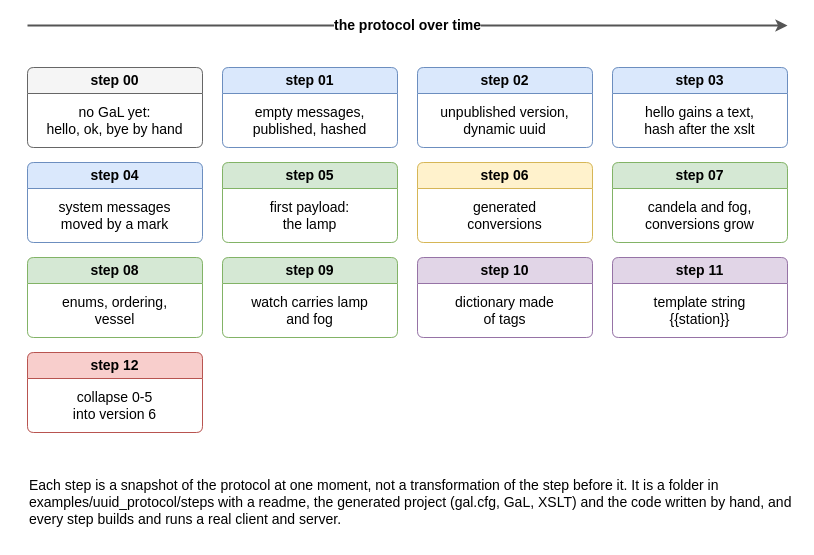
goloveshin/galimatron_doc keeps this draw.io diagram as drawio/22_uuid_steps.drawio. Above is the earlier version. Source tidied: cells renumbered, new cells numbered last; positions are measured from the earlier drawing's top-left corner, leaving out a move shared by most shapes. Both pictures are drawn from the tidied source at 100%, with x=0, y=0 at pixel (27, 25).
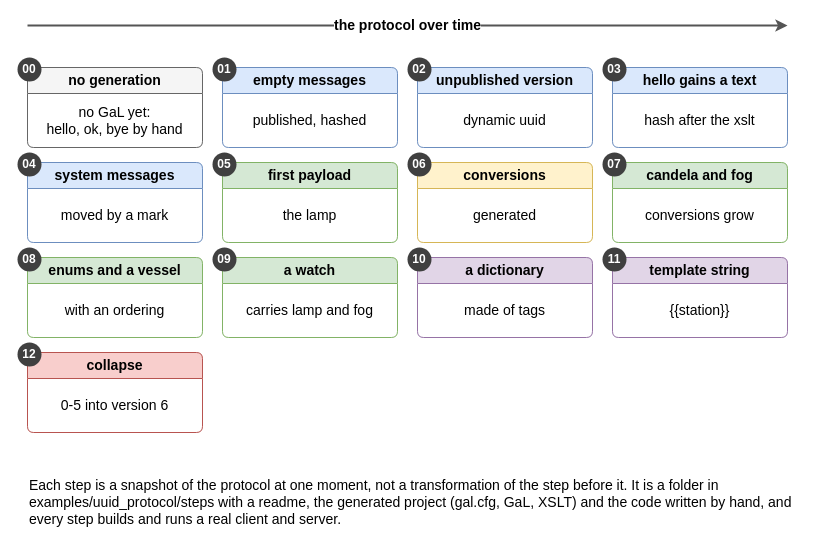
The same diagram, later.

The edit, as a diff of the source:
```diff
@@
-    <mxCell id="3" value="step 00" style="swimlane;whiteSpace=wrap;html=1;rounded=1;arcSize=8;startSize=26;fillColor=#f5f5f5;strokeColor=#666666;swimlaneFillColor=#ffffff;fontStyle=1;fontSize=14;align=center;" parent="1" vertex="1">
+    <mxCell id="3" value="no generation" style="swimlane;whiteSpace=wrap;html=1;rounded=1;arcSize=8;startSize=26;fillColor=#f5f5f5;strokeColor=#666666;swimlaneFillColor=#ffffff;fontStyle=1;fontSize=14;align=center;" parent="1" vertex="1">
       <mxGeometry y="42" width="175" height="80" as="geometry" />
     </mxCell>
@@
-    <mxCell id="5" value="step 01" style="swimlane;whiteSpace=wrap;html=1;rounded=1;arcSize=8;startSize=26;fillColor=#dae8fc;strokeColor=#6c8ebf;swimlaneFillColor=#ffffff;fontStyle=1;fontSize=14;align=center;" parent="1" vertex="1">
+    <mxCell id="5" value="empty messages" style="swimlane;whiteSpace=wrap;html=1;rounded=1;arcSize=8;startSize=26;fillColor=#dae8fc;strokeColor=#6c8ebf;swimlaneFillColor=#ffffff;fontStyle=1;fontSize=14;align=center;" parent="1" vertex="1">
       <mxGeometry x="195" y="42" width="175" height="80" as="geometry" />
     </mxCell>
-    <mxCell id="6" value="empty messages,&lt;br&gt;published, hashed" style="text;html=1;whiteSpace=wrap;verticalAlign=middle;align=center;fontSize=14;" parent="5" vertex="1">
+    <mxCell id="6" value="published, hashed" style="text;html=1;whiteSpace=wrap;verticalAlign=middle;align=center;fontSize=14;" parent="5" vertex="1">
       <mxGeometry y="26" width="175" height="54" as="geometry" />
     </mxCell>
-    <mxCell id="7" value="step 02" style="swimlane;whiteSpace=wrap;html=1;rounded=1;arcSize=8;startSize=26;fillColor=#dae8fc;strokeColor=#6c8ebf;swimlaneFillColor=#ffffff;fontStyle=1;fontSize=14;align=center;" parent="1" vertex="1">
+    <mxCell id="7" value="unpublished version" style="swimlane;whiteSpace=wrap;html=1;rounded=1;arcSize=8;startSize=26;fillColor=#dae8fc;strokeColor=#6c8ebf;swimlaneFillColor=#ffffff;fontStyle=1;fontSize=14;align=center;" parent="1" vertex="1">
       <mxGeometry x="390" y="42" width="175" height="80" as="geometry" />
     </mxCell>
-    <mxCell id="8" value="unpublished version,&lt;br&gt;dynamic uuid" style="text;html=1;whiteSpace=wrap;verticalAlign=middle;align=center;fontSize=14;" parent="7" vertex="1">
+    <mxCell id="8" value="dynamic uuid" style="text;html=1;whiteSpace=wrap;verticalAlign=middle;align=center;fontSize=14;" parent="7" vertex="1">
       <mxGeometry y="26" width="175" height="54" as="geometry" />
     </mxCell>
-    <mxCell id="9" value="step 03" style="swimlane;whiteSpace=wrap;html=1;rounded=1;arcSize=8;startSize=26;fillColor=#dae8fc;strokeColor=#6c8ebf;swimlaneFillColor=#ffffff;fontStyle=1;fontSize=14;align=center;" parent="1" vertex="1">
+    <mxCell id="9" value="hello gains a text" style="swimlane;whiteSpace=wrap;html=1;rounded=1;arcSize=8;startSize=26;fillColor=#dae8fc;strokeColor=#6c8ebf;swimlaneFillColor=#ffffff;fontStyle=1;fontSize=14;align=center;" parent="1" vertex="1">
       <mxGeometry x="585" y="42" width="175" height="80" as="geometry" />
     </mxCell>
-    <mxCell id="10" value="hello gains a text,&lt;br&gt;hash after the xslt" style="text;html=1;whiteSpace=wrap;verticalAlign=middle;align=center;fontSize=14;" parent="9" vertex="1">
+    <mxCell id="10" value="hash after the xslt" style="text;html=1;whiteSpace=wrap;verticalAlign=middle;align=center;fontSize=14;" parent="9" vertex="1">
       <mxGeometry y="26" width="175" height="54" as="geometry" />
     </mxCell>
-    <mxCell id="11" value="step 04" style="swimlane;whiteSpace=wrap;html=1;rounded=1;arcSize=8;startSize=26;fillColor=#dae8fc;strokeColor=#6c8ebf;swimlaneFillColor=#ffffff;fontStyle=1;fontSize=14;align=center;" parent="1" vertex="1">
+    <mxCell id="11" value="system messages" style="swimlane;whiteSpace=wrap;html=1;rounded=1;arcSize=8;startSize=26;fillColor=#dae8fc;strokeColor=#6c8ebf;swimlaneFillColor=#ffffff;fontStyle=1;fontSize=14;align=center;" parent="1" vertex="1">
       <mxGeometry y="137" width="175" height="80" as="geometry" />
     </mxCell>
-    <mxCell id="12" value="system messages&lt;br&gt;moved by a mark" style="text;html=1;whiteSpace=wrap;verticalAlign=middle;align=center;fontSize=14;" parent="11" vertex="1">
+    <mxCell id="12" value="moved by a mark" style="text;html=1;whiteSpace=wrap;verticalAlign=middle;align=center;fontSize=14;" parent="11" vertex="1">
       <mxGeometry y="26" width="175" height="54" as="geometry" />
     </mxCell>
-    <mxCell id="13" value="step 05" style="swimlane;whiteSpace=wrap;html=1;rounded=1;arcSize=8;startSize=26;fillColor=#d5e8d4;strokeColor=#82b366;swimlaneFillColor=#ffffff;fontStyle=1;fontSize=14;align=center;" parent="1" vertex="1">
+    <mxCell id="13" value="first payload" style="swimlane;whiteSpace=wrap;html=1;rounded=1;arcSize=8;startSize=26;fillColor=#d5e8d4;strokeColor=#82b366;swimlaneFillColor=#ffffff;fontStyle=1;fontSize=14;align=center;" parent="1" vertex="1">
       <mxGeometry x="195" y="137" width="175" height="80" as="geometry" />
     </mxCell>
-    <mxCell id="14" value="first payload:&lt;br&gt;the lamp" style="text;html=1;whiteSpace=wrap;verticalAlign=middle;align=center;fontSize=14;" parent="13" vertex="1">
+    <mxCell id="14" value="the lamp" style="text;html=1;whiteSpace=wrap;verticalAlign=middle;align=center;fontSize=14;" parent="13" vertex="1">
       <mxGeometry y="26" width="175" height="54" as="geometry" />
     </mxCell>
-    <mxCell id="15" value="step 06" style="swimlane;whiteSpace=wrap;html=1;rounded=1;arcSize=8;startSize=26;fillColor=#fff2cc;strokeColor=#d6b656;swimlaneFillColor=#ffffff;fontStyle=1;fontSize=14;align=center;" parent="1" vertex="1">
+    <mxCell id="15" value="conversions" style="swimlane;whiteSpace=wrap;html=1;rounded=1;arcSize=8;startSize=26;fillColor=#fff2cc;strokeColor=#d6b656;swimlaneFillColor=#ffffff;fontStyle=1;fontSize=14;align=center;" parent="1" vertex="1">
       <mxGeometry x="390" y="137" width="175" height="80" as="geometry" />
     </mxCell>
-    <mxCell id="16" value="generated&lt;br&gt;conversions" style="text;html=1;whiteSpace=wrap;verticalAlign=middle;align=center;fontSize=14;" parent="15" vertex="1">
+    <mxCell id="16" value="generated" style="text;html=1;whiteSpace=wrap;verticalAlign=middle;align=center;fontSize=14;" parent="15" vertex="1">
       <mxGeometry y="26" width="175" height="54" as="geometry" />
     </mxCell>
-    <mxCell id="17" value="step 07" style="swimlane;whiteSpace=wrap;html=1;rounded=1;arcSize=8;startSize=26;fillColor=#d5e8d4;strokeColor=#82b366;swimlaneFillColor=#ffffff;fontStyle=1;fontSize=14;align=center;" parent="1" vertex="1">
+    <mxCell id="17" value="candela and fog" style="swimlane;whiteSpace=wrap;html=1;rounded=1;arcSize=8;startSize=26;fillColor=#d5e8d4;strokeColor=#82b366;swimlaneFillColor=#ffffff;fontStyle=1;fontSize=14;align=center;" parent="1" vertex="1">
       <mxGeometry x="585" y="137" width="175" height="80" as="geometry" />
     </mxCell>
-    <mxCell id="18" value="candela and fog,&lt;br&gt;conversions grow" style="text;html=1;whiteSpace=wrap;verticalAlign=middle;align=center;fontSize=14;" parent="17" vertex="1">
+    <mxCell id="18" value="conversions grow" style="text;html=1;whiteSpace=wrap;verticalAlign=middle;align=center;fontSize=14;" parent="17" vertex="1">
       <mxGeometry y="26" width="175" height="54" as="geometry" />
     </mxCell>
-    <mxCell id="19" value="step 08" style="swimlane;whiteSpace=wrap;html=1;rounded=1;arcSize=8;startSize=26;fillColor=#d5e8d4;strokeColor=#82b366;swimlaneFillColor=#ffffff;fontStyle=1;fontSize=14;align=center;" parent="1" vertex="1">
+    <mxCell id="19" value="enums and a vessel" style="swimlane;whiteSpace=wrap;html=1;rounded=1;arcSize=8;startSize=26;fillColor=#d5e8d4;strokeColor=#82b366;swimlaneFillColor=#ffffff;fontStyle=1;fontSize=14;align=center;" parent="1" vertex="1">
       <mxGeometry y="232" width="175" height="80" as="geometry" />
     </mxCell>
-    <mxCell id="20" value="enums, ordering,&lt;br&gt;vessel" style="text;html=1;whiteSpace=wrap;verticalAlign=middle;align=center;fontSize=14;" parent="19" vertex="1">
+    <mxCell id="20" value="with an ordering" style="text;html=1;whiteSpace=wrap;verticalAlign=middle;align=center;fontSize=14;" parent="19" vertex="1">
       <mxGeometry y="26" width="175" height="54" as="geometry" />
     </mxCell>
-    <mxCell id="21" value="step 09" style="swimlane;whiteSpace=wrap;html=1;rounded=1;arcSize=8;startSize=26;fillColor=#d5e8d4;strokeColor=#82b366;swimlaneFillColor=#ffffff;fontStyle=1;fontSize=14;align=center;" parent="1" vertex="1">
+    <mxCell id="21" value="a watch" style="swimlane;whiteSpace=wrap;html=1;rounded=1;arcSize=8;startSize=26;fillColor=#d5e8d4;strokeColor=#82b366;swimlaneFillColor=#ffffff;fontStyle=1;fontSize=14;align=center;" parent="1" vertex="1">
       <mxGeometry x="195" y="232" width="175" height="80" as="geometry" />
     </mxCell>
-    <mxCell id="22" value="watch carries lamp&lt;br&gt;and fog" style="text;html=1;whiteSpace=wrap;verticalAlign=middle;align=center;fontSize=14;" parent="21" vertex="1">
+    <mxCell id="22" value="carries lamp and fog" style="text;html=1;whiteSpace=wrap;verticalAlign=middle;align=center;fontSize=14;" parent="21" vertex="1">
       <mxGeometry y="26" width="175" height="54" as="geometry" />
     </mxCell>
-    <mxCell id="23" value="step 10" style="swimlane;whiteSpace=wrap;html=1;rounded=1;arcSize=8;startSize=26;fillColor=#e1d5e7;strokeColor=#9673a6;swimlaneFillColor=#ffffff;fontStyle=1;fontSize=14;align=center;" parent="1" vertex="1">
+    <mxCell id="23" value="a dictionary" style="swimlane;whiteSpace=wrap;html=1;rounded=1;arcSize=8;startSize=26;fillColor=#e1d5e7;strokeColor=#9673a6;swimlaneFillColor=#ffffff;fontStyle=1;fontSize=14;align=center;" parent="1" vertex="1">
       <mxGeometry x="390" y="232" width="175" height="80" as="geometry" />
     </mxCell>
-    <mxCell id="24" value="dictionary made&lt;br&gt;of tags" style="text;html=1;whiteSpace=wrap;verticalAlign=middle;align=center;fontSize=14;" parent="23" vertex="1">
+    <mxCell id="24" value="made of tags" style="text;html=1;whiteSpace=wrap;verticalAlign=middle;align=center;fontSize=14;" parent="23" vertex="1">
       <mxGeometry y="26" width="175" height="54" as="geometry" />
     </mxCell>
-    <mxCell id="25" value="step 11" style="swimlane;whiteSpace=wrap;html=1;rounded=1;arcSize=8;startSize=26;fillColor=#e1d5e7;strokeColor=#9673a6;swimlaneFillColor=#ffffff;fontStyle=1;fontSize=14;align=center;" parent="1" vertex="1">
+    <mxCell id="25" value="template string" style="swimlane;whiteSpace=wrap;html=1;rounded=1;arcSize=8;startSize=26;fillColor=#e1d5e7;strokeColor=#9673a6;swimlaneFillColor=#ffffff;fontStyle=1;fontSize=14;align=center;" parent="1" vertex="1">
       <mxGeometry x="585" y="232" width="175" height="80" as="geometry" />
     </mxCell>
-    <mxCell id="26" value="template string&lt;br&gt;{{station}}" style="text;html=1;whiteSpace=wrap;verticalAlign=middle;align=center;fontSize=14;" parent="25" vertex="1">
+    <mxCell id="26" value="{{station}}" style="text;html=1;whiteSpace=wrap;verticalAlign=middle;align=center;fontSize=14;" parent="25" vertex="1">
       <mxGeometry y="26" width="175" height="54" as="geometry" />
     </mxCell>
-    <mxCell id="27" value="step 12" style="swimlane;whiteSpace=wrap;html=1;rounded=1;arcSize=8;startSize=26;fillColor=#f8cecc;strokeColor=#b85450;swimlaneFillColor=#ffffff;fontStyle=1;fontSize=14;align=center;" parent="1" vertex="1">
+    <mxCell id="27" value="collapse" style="swimlane;whiteSpace=wrap;html=1;rounded=1;arcSize=8;startSize=26;fillColor=#f8cecc;strokeColor=#b85450;swimlaneFillColor=#ffffff;fontStyle=1;fontSize=14;align=center;" parent="1" vertex="1">
       <mxGeometry y="327" width="175" height="80" as="geometry" />
     </mxCell>
-    <mxCell id="28" value="collapse 0-5&lt;br&gt;into version 6" style="text;html=1;whiteSpace=wrap;verticalAlign=middle;align=center;fontSize=14;" parent="27" vertex="1">
+    <mxCell id="28" value="0-5 into version 6" style="text;html=1;whiteSpace=wrap;verticalAlign=middle;align=center;fontSize=14;" parent="27" vertex="1">
       <mxGeometry y="26" width="175" height="54" as="geometry" />
     </mxCell>
+    <mxCell id="30" value="00" style="ellipse;whiteSpace=wrap;html=1;fillColor=#404040;strokeColor=none;fontColor=#ffffff;fontStyle=1;fontSize=12;" parent="1" vertex="1">
+      <mxGeometry x="-10" y="32" width="24" height="24" as="geometry" />
+    </mxCell>
+    <mxCell id="31" value="01" style="ellipse;whiteSpace=wrap;html=1;fillColor=#404040;strokeColor=none;fontColor=#ffffff;fontStyle=1;fontSize=12;" parent="1" vertex="1">
+      <mxGeometry x="185" y="32" width="24" height="24" as="geometry" />
+    </mxCell>
+    <mxCell id="32" value="02" style="ellipse;whiteSpace=wrap;html=1;fillColor=#404040;strokeColor=none;fontColor=#ffffff;fontStyle=1;fontSize=12;" parent="1" vertex="1">
+      <mxGeometry x="380" y="32" width="24" height="24" as="geometry" />
+    </mxCell>
+    <mxCell id="33" value="03" style="ellipse;whiteSpace=wrap;html=1;fillColor=#404040;strokeColor=none;fontColor=#ffffff;fontStyle=1;fontSize=12;" parent="1" vertex="1">
+      <mxGeometry x="575" y="32" width="24" height="24" as="geometry" />
+    </mxCell>
+    <mxCell id="34" value="04" style="ellipse;whiteSpace=wrap;html=1;fillColor=#404040;strokeColor=none;fontColor=#ffffff;fontStyle=1;fontSize=12;" parent="1" vertex="1">
+      <mxGeometry x="-10" y="127" width="24" height="24" as="geometry" />
+    </mxCell>
+    <mxCell id="35" value="05" style="ellipse;whiteSpace=wrap;html=1;fillColor=#404040;strokeColor=none;fontColor=#ffffff;fontStyle=1;fontSize=12;" parent="1" vertex="1">
+      <mxGeometry x="185" y="127" width="24" height="24" as="geometry" />
+    </mxCell>
+    <mxCell id="36" value="06" style="ellipse;whiteSpace=wrap;html=1;fillColor=#404040;strokeColor=none;fontColor=#ffffff;fontStyle=1;fontSize=12;" parent="1" vertex="1">
+      <mxGeometry x="380" y="127" width="24" height="24" as="geometry" />
+    </mxCell>
+    <mxCell id="37" value="07" style="ellipse;whiteSpace=wrap;html=1;fillColor=#404040;strokeColor=none;fontColor=#ffffff;fontStyle=1;fontSize=12;" parent="1" vertex="1">
+      <mxGeometry x="575" y="127" width="24" height="24" as="geometry" />
+    </mxCell>
+    <mxCell id="38" value="08" style="ellipse;whiteSpace=wrap;html=1;fillColor=#404040;strokeColor=none;fontColor=#ffffff;fontStyle=1;fontSize=12;" parent="1" vertex="1">
+      <mxGeometry x="-10" y="222" width="24" height="24" as="geometry" />
+    </mxCell>
+    <mxCell id="39" value="09" style="ellipse;whiteSpace=wrap;html=1;fillColor=#404040;strokeColor=none;fontColor=#ffffff;fontStyle=1;fontSize=12;" parent="1" vertex="1">
+      <mxGeometry x="185" y="222" width="24" height="24" as="geometry" />
+    </mxCell>
+    <mxCell id="40" value="10" style="ellipse;whiteSpace=wrap;html=1;fillColor=#404040;strokeColor=none;fontColor=#ffffff;fontStyle=1;fontSize=12;" parent="1" vertex="1">
+      <mxGeometry x="380" y="222" width="24" height="24" as="geometry" />
+    </mxCell>
+    <mxCell id="41" value="11" style="ellipse;whiteSpace=wrap;html=1;fillColor=#404040;strokeColor=none;fontColor=#ffffff;fontStyle=1;fontSize=12;" parent="1" vertex="1">
+      <mxGeometry x="575" y="222" width="24" height="24" as="geometry" />
+    </mxCell>
+    <mxCell id="42" value="12" style="ellipse;whiteSpace=wrap;html=1;fillColor=#404040;strokeColor=none;fontColor=#ffffff;fontStyle=1;fontSize=12;" parent="1" vertex="1">
+      <mxGeometry x="-10" y="317" width="24" height="24" as="geometry" />
+    </mxCell>
```
